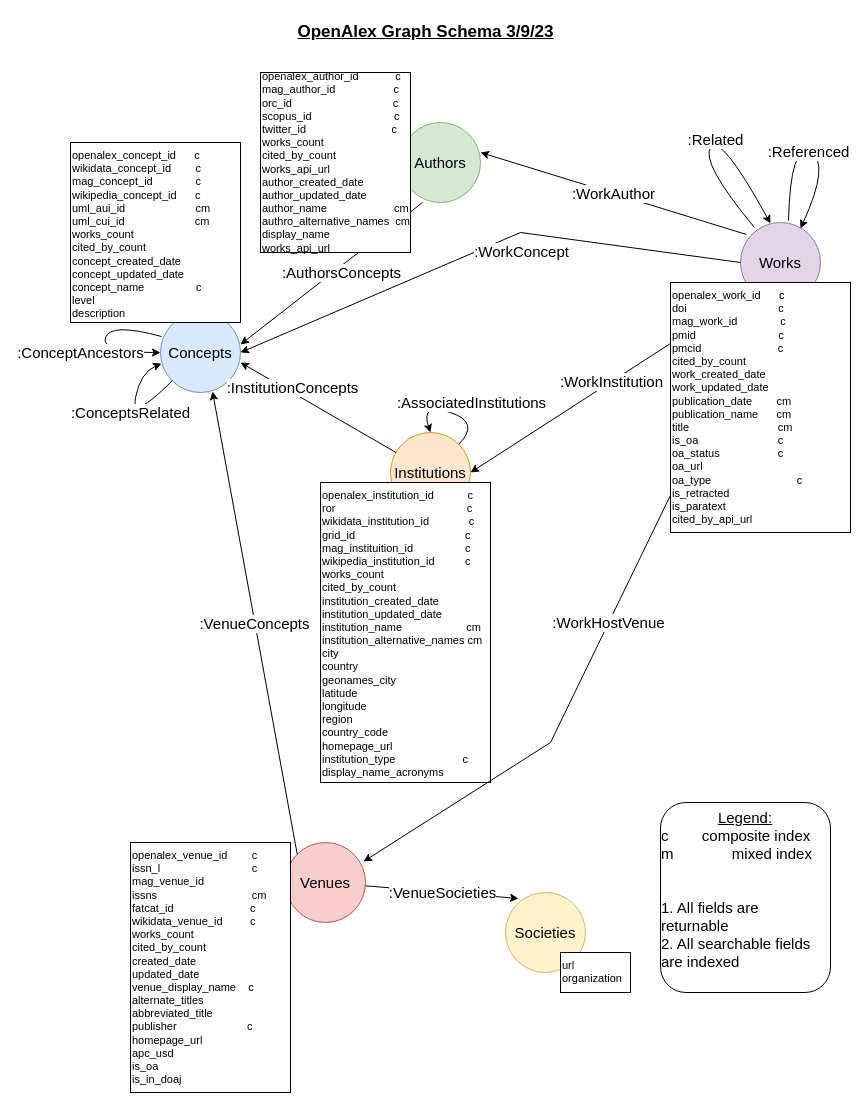
Earlier version of the draw.io diagram openalexParse2022/diagram.drawio (iuni-cadre/DataPipelineAndProvenanceForCADRE). Source tidied: cells renumbered, new cells numbered last; positions are measured from the earlier drawing's top-left corner, leaving out a move shared by most shapes. Both pictures are drawn from the tidied source at 100%, with x=0, y=0 at pixel (70, 17).
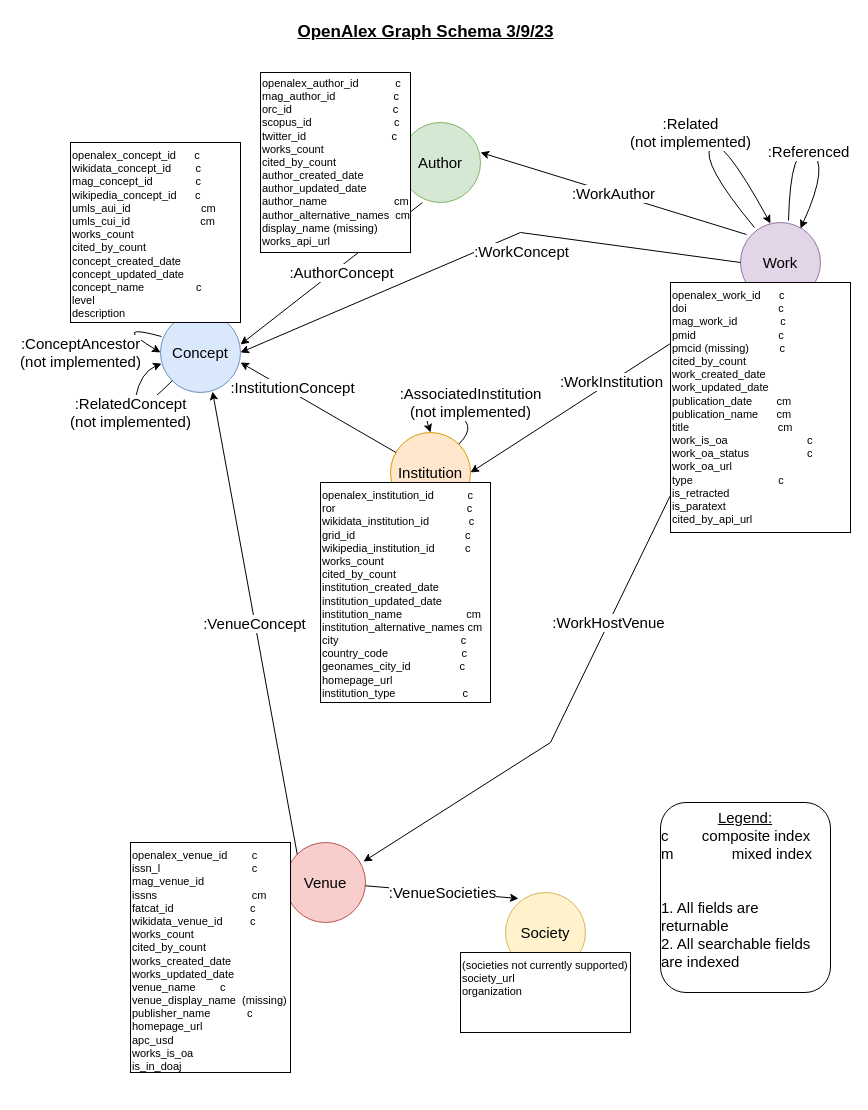
The same diagram, later.

Commit message (it also covers changes not shown here):
Updated OpenAlex schema diagram

The edit, as a diff of the source:
```diff
@@
-    <mxCell id="2" value="Authors" style="ellipse;whiteSpace=wrap;html=1;fontSize=15;fillColor=#d5e8d4;strokeColor=#82b366;" parent="1" vertex="1">
+    <mxCell id="2" value="Author" style="ellipse;whiteSpace=wrap;html=1;fontSize=15;fillColor=#d5e8d4;strokeColor=#82b366;" parent="1" vertex="1">
       <mxGeometry x="330" y="105" width="80" height="80" as="geometry" />
     </mxCell>
-    <mxCell id="3" value="Works" style="ellipse;whiteSpace=wrap;html=1;fontSize=15;fillColor=#e1d5e7;strokeColor=#9673a6;" parent="1" vertex="1">
+    <mxCell id="3" value="Work" style="ellipse;whiteSpace=wrap;html=1;fontSize=15;fillColor=#e1d5e7;strokeColor=#9673a6;" parent="1" vertex="1">
       <mxGeometry x="670" y="205" width="80" height="80" as="geometry" />
     </mxCell>
-    <mxCell id="4" value="Concepts" style="ellipse;whiteSpace=wrap;html=1;fontSize=15;fillColor=#dae8fc;strokeColor=#6c8ebf;" parent="1" vertex="1">
+    <mxCell id="4" value="Concept" style="ellipse;whiteSpace=wrap;html=1;fontSize=15;fillColor=#dae8fc;strokeColor=#6c8ebf;" parent="1" vertex="1">
       <mxGeometry x="90" y="295" width="80" height="80" as="geometry" />
     </mxCell>
-    <mxCell id="5" value="Venues" style="ellipse;whiteSpace=wrap;html=1;fontSize=15;fillColor=#f8cecc;strokeColor=#b85450;" parent="1" vertex="1">
+    <mxCell id="5" value="Venue" style="ellipse;whiteSpace=wrap;html=1;fontSize=15;fillColor=#f8cecc;strokeColor=#b85450;" parent="1" vertex="1">
       <mxGeometry x="215" y="825" width="80" height="80" as="geometry" />
     </mxCell>
-    <mxCell id="6" value="Institutions" style="ellipse;whiteSpace=wrap;html=1;fontSize=15;fillColor=#ffe6cc;strokeColor=#d79b00;" parent="1" vertex="1">
+    <mxCell id="6" value="Institution" style="ellipse;whiteSpace=wrap;html=1;fontSize=15;fillColor=#ffe6cc;strokeColor=#d79b00;" parent="1" vertex="1">
       <mxGeometry x="320" y="415" width="80" height="80" as="geometry" />
     </mxCell>
-    <mxCell id="7" value=":AuthorsConcepts" style="endArrow=classic;html=1;rounded=0;fontSize=15;exitX=0.275;exitY=1;exitDx=0;exitDy=0;exitPerimeter=0;entryX=1;entryY=0.4;entryDx=0;entryDy=0;entryPerimeter=0;" parent="1" edge="1" source="2" target="4">
+    <mxCell id="7" value=":AuthorConcept" style="endArrow=classic;html=1;rounded=0;fontSize=15;exitX=0.275;exitY=1;exitDx=0;exitDy=0;exitPerimeter=0;entryX=1;entryY=0.4;entryDx=0;entryDy=0;entryPerimeter=0;" parent="1" edge="1" source="2" target="4">
       <mxGeometry x="-0.07" y="5" relative="1" as="geometry" />
     </mxCell>
-    <mxCell id="8" value=":InstitutionConcepts" style="endArrow=classic;html=1;rounded=0;fontSize=15;entryX=1;entryY=0.625;entryDx=0;entryDy=0;entryPerimeter=0;" parent="1" edge="1" source="6" target="4">
+    <mxCell id="8" value=":InstitutionConcept" style="endArrow=classic;html=1;rounded=0;fontSize=15;entryX=1;entryY=0.625;entryDx=0;entryDy=0;entryPerimeter=0;" parent="1" edge="1" source="6" target="4">
       <mxGeometry x="0.36" y="-4" relative="1" as="geometry" />
     </mxCell>
-    <mxCell id="9" value=":ConceptAncestors" style="curved=1;endArrow=classic;html=1;rounded=0;fontSize=15;entryX=0;entryY=0.5;entryDx=0;entryDy=0;exitX=0.013;exitY=0.3;exitDx=0;exitDy=0;exitPerimeter=0;" parent="1" edge="1" source="4" target="4">
-      <mxGeometry x="0.17" y="-20" relative="1" as="geometry">
+    <mxCell id="9" value=":ConceptAncestor&lt;br&gt;(not implemented)" style="curved=1;endArrow=classic;html=1;rounded=0;fontSize=15;entryX=0;entryY=0.5;entryDx=0;entryDy=0;exitX=0.013;exitY=0.3;exitDx=0;exitDy=0;exitPerimeter=0;" parent="1" edge="1" source="4" target="4">
+      <mxGeometry x="-0.05" y="-42" relative="1" as="geometry">
         <Array as="points">
           <mxPoint x="40" y="305" />
-          <mxPoint x="30" y="335" />
         </Array>
-        <mxPoint x="-20" y="-20" as="offset" />
+        <mxPoint x="-8" y="-6" as="offset" />
       </mxGeometry>
     </mxCell>
-    <mxCell id="10" value=":ConceptsRelated" style="curved=1;endArrow=classic;html=1;rounded=0;fontSize=15;exitX=0;exitY=1;exitDx=0;exitDy=0;entryX=0.013;entryY=0.638;entryDx=0;entryDy=0;entryPerimeter=0;" parent="1" edge="1" source="4" target="4">
+    <mxCell id="10" value=":RelatedConcept&lt;br&gt;(not implemented)" style="curved=1;endArrow=classic;html=1;rounded=0;fontSize=15;exitX=0;exitY=1;exitDx=0;exitDy=0;entryX=0.013;entryY=0.638;entryDx=0;entryDy=0;entryPerimeter=0;" parent="1" edge="1" source="4" target="4">
       <mxGeometry x="0.04" y="2" relative="1" as="geometry">
         <Array as="points">
           <mxPoint x="60" y="405" />
           <mxPoint x="70" y="355" />
         </Array>
       </mxGeometry>
     </mxCell>
-    <mxCell id="11" value=":AssociatedInstitutions" style="curved=1;endArrow=classic;html=1;rounded=0;fontSize=15;entryX=0.5;entryY=0;entryDx=0;entryDy=0;exitX=1;exitY=0;exitDx=0;exitDy=0;" parent="1" edge="1" source="6" target="6">
-      <mxGeometry x="-0.26" y="-16" relative="1" as="geometry">
+    <mxCell id="11" value=":AssociatedInstitution&lt;br&gt;(not implemented)" style="curved=1;endArrow=classic;html=1;rounded=0;fontSize=15;entryX=0.5;entryY=0;entryDx=0;entryDy=0;exitX=1;exitY=0;exitDx=0;exitDy=0;" parent="1" edge="1" source="6" target="6">
+      <mxGeometry x="-0.25" y="-16" relative="1" as="geometry">
         <Array as="points">
           <mxPoint x="410" y="405" />
           <mxPoint x="350" y="385" />
         </Array>
       </mxGeometry>
     </mxCell>
-    <mxCell id="12" value="Societies" style="ellipse;whiteSpace=wrap;html=1;fontSize=15;fillColor=#fff2cc;strokeColor=#d6b656;" parent="1" vertex="1">
+    <mxCell id="12" value="Society" style="ellipse;whiteSpace=wrap;html=1;fontSize=15;fillColor=#fff2cc;strokeColor=#d6b656;" parent="1" vertex="1">
       <mxGeometry x="435" y="875" width="80" height="80" as="geometry" />
     </mxCell>
-    <mxCell id="13" value=":VenueConcepts" style="endArrow=classic;html=1;rounded=0;fontSize=15;exitX=0;exitY=0;exitDx=0;exitDy=0;entryX=0.65;entryY=0.988;entryDx=0;entryDy=0;entryPerimeter=0;" parent="1" edge="1" source="5" target="4">
+    <mxCell id="13" value=":VenueConcept" style="endArrow=classic;html=1;rounded=0;fontSize=15;exitX=0;exitY=0;exitDx=0;exitDy=0;entryX=0.65;entryY=0.988;entryDx=0;entryDy=0;entryPerimeter=0;" parent="1" edge="1" source="5" target="4">
       <mxGeometry relative="1" as="geometry" />
     </mxCell>
@@
-    <mxCell id="17" value="openalex_author_id &amp;nbsp; &amp;nbsp; &amp;nbsp; &amp;nbsp; &amp;nbsp; &amp;nbsp;c&lt;br&gt;mag_author_id &amp;nbsp; &amp;nbsp; &amp;nbsp; &amp;nbsp; &amp;nbsp; &amp;nbsp; &amp;nbsp; &amp;nbsp; &amp;nbsp; c&lt;br&gt;orc_id &amp;nbsp; &amp;nbsp; &amp;nbsp; &amp;nbsp; &amp;nbsp; &amp;nbsp; &amp;nbsp; &amp;nbsp; &amp;nbsp; &amp;nbsp; &amp;nbsp; &amp;nbsp; &amp;nbsp; &amp;nbsp; &amp;nbsp; &amp;nbsp; c&lt;br&gt;scopus_id &amp;nbsp; &amp;nbsp; &amp;nbsp; &amp;nbsp; &amp;nbsp; &amp;nbsp; &amp;nbsp; &amp;nbsp; &amp;nbsp; &amp;nbsp; &amp;nbsp; &amp;nbsp; &amp;nbsp; c&amp;nbsp;&lt;br&gt;twitter_id &amp;nbsp; &amp;nbsp; &amp;nbsp; &amp;nbsp; &amp;nbsp; &amp;nbsp; &amp;nbsp; &amp;nbsp; &amp;nbsp; &amp;nbsp; &amp;nbsp; &amp;nbsp; &amp;nbsp; &amp;nbsp;c&lt;br&gt;works_count&lt;br&gt;cited_by_count&lt;br&gt;works_api_url&lt;br&gt;author_created_date&lt;br&gt;author_updated_date&lt;br&gt;author_name &amp;nbsp; &amp;nbsp; &amp;nbsp; &amp;nbsp; &amp;nbsp; &amp;nbsp; &amp;nbsp; &amp;nbsp; &amp;nbsp; &amp;nbsp; &amp;nbsp;cm&lt;br&gt;authro_alternative_names &amp;nbsp;cm&lt;br&gt;display_name&lt;br&gt;works_api_url" style="whiteSpace=wrap;html=1;fontSize=11;align=left;verticalAlign=middle;labelPosition=center;verticalLabelPosition=middle;" parent="1" vertex="1">
+    <mxCell id="17" value="openalex_author_id &amp;nbsp; &amp;nbsp; &amp;nbsp; &amp;nbsp; &amp;nbsp; &amp;nbsp;c&lt;br&gt;mag_author_id &amp;nbsp; &amp;nbsp; &amp;nbsp; &amp;nbsp; &amp;nbsp; &amp;nbsp; &amp;nbsp; &amp;nbsp; &amp;nbsp; c&lt;br&gt;orc_id &amp;nbsp; &amp;nbsp; &amp;nbsp; &amp;nbsp; &amp;nbsp; &amp;nbsp; &amp;nbsp; &amp;nbsp; &amp;nbsp; &amp;nbsp; &amp;nbsp; &amp;nbsp; &amp;nbsp; &amp;nbsp; &amp;nbsp; &amp;nbsp; c&lt;br&gt;scopus_id &amp;nbsp; &amp;nbsp; &amp;nbsp; &amp;nbsp; &amp;nbsp; &amp;nbsp; &amp;nbsp; &amp;nbsp; &amp;nbsp; &amp;nbsp; &amp;nbsp; &amp;nbsp; &amp;nbsp; c&amp;nbsp;&lt;br&gt;twitter_id &amp;nbsp; &amp;nbsp; &amp;nbsp; &amp;nbsp; &amp;nbsp; &amp;nbsp; &amp;nbsp; &amp;nbsp; &amp;nbsp; &amp;nbsp; &amp;nbsp; &amp;nbsp; &amp;nbsp; &amp;nbsp;c&lt;br&gt;works_count&lt;br&gt;cited_by_count&lt;br&gt;author_created_date&lt;br&gt;author_updated_date&lt;br&gt;author_name &amp;nbsp; &amp;nbsp; &amp;nbsp; &amp;nbsp; &amp;nbsp; &amp;nbsp; &amp;nbsp; &amp;nbsp; &amp;nbsp; &amp;nbsp; &amp;nbsp;cm&lt;br&gt;author_alternative_names &amp;nbsp;cm&lt;br&gt;display_name (missing)&lt;br&gt;works_api_url" style="whiteSpace=wrap;html=1;fontSize=11;align=left;verticalAlign=middle;labelPosition=center;verticalLabelPosition=middle;" parent="1" vertex="1">
       <mxGeometry x="190" y="55" width="150" height="180" as="geometry" />
     </mxCell>
-    <mxCell id="18" value="openalex_concept_id &amp;nbsp; &amp;nbsp; &amp;nbsp;c&lt;br&gt;wikidata_concept_id &amp;nbsp; &amp;nbsp; &amp;nbsp; &amp;nbsp;c&lt;br&gt;mag_concept_id &amp;nbsp; &amp;nbsp; &amp;nbsp; &amp;nbsp; &amp;nbsp; &amp;nbsp; &amp;nbsp;c&lt;br&gt;wikipedia_concept_id &amp;nbsp; &amp;nbsp; &amp;nbsp;c&lt;br&gt;uml_aui_id &amp;nbsp; &amp;nbsp; &amp;nbsp; &amp;nbsp; &amp;nbsp; &amp;nbsp; &amp;nbsp; &amp;nbsp; &amp;nbsp; &amp;nbsp; &amp;nbsp; cm&lt;br&gt;uml_cui_id &amp;nbsp; &amp;nbsp; &amp;nbsp; &amp;nbsp; &amp;nbsp; &amp;nbsp; &amp;nbsp; &amp;nbsp; &amp;nbsp; &amp;nbsp; &amp;nbsp; cm&lt;br&gt;works_count&lt;br&gt;cited_by_count&lt;br&gt;concept_created_date&lt;br&gt;concept_updated_date&lt;br&gt;concept_name &amp;nbsp; &amp;nbsp; &amp;nbsp; &amp;nbsp; &amp;nbsp; &amp;nbsp; &amp;nbsp; &amp;nbsp; c&lt;br&gt;level&lt;br&gt;description" style="whiteSpace=wrap;html=1;fontSize=11;align=left;verticalAlign=top;" parent="1" vertex="1">
+    <mxCell id="18" value="openalex_concept_id &amp;nbsp; &amp;nbsp; &amp;nbsp;c&lt;br&gt;wikidata_concept_id &amp;nbsp; &amp;nbsp; &amp;nbsp; &amp;nbsp;c&lt;br&gt;mag_concept_id &amp;nbsp; &amp;nbsp; &amp;nbsp; &amp;nbsp; &amp;nbsp; &amp;nbsp; &amp;nbsp;c&lt;br&gt;wikipedia_concept_id &amp;nbsp; &amp;nbsp; &amp;nbsp;c&lt;br&gt;umls_aui_id &amp;nbsp; &amp;nbsp; &amp;nbsp; &amp;nbsp; &amp;nbsp; &amp;nbsp; &amp;nbsp; &amp;nbsp; &amp;nbsp; &amp;nbsp; &amp;nbsp; cm&lt;br&gt;umls_cui_id &amp;nbsp; &amp;nbsp; &amp;nbsp; &amp;nbsp; &amp;nbsp; &amp;nbsp; &amp;nbsp; &amp;nbsp; &amp;nbsp; &amp;nbsp; &amp;nbsp; cm&lt;br&gt;works_count&lt;br&gt;cited_by_count&lt;br&gt;concept_created_date&lt;br&gt;concept_updated_date&lt;br&gt;concept_name &amp;nbsp; &amp;nbsp; &amp;nbsp; &amp;nbsp; &amp;nbsp; &amp;nbsp; &amp;nbsp; &amp;nbsp; c&lt;br&gt;level&lt;br&gt;description" style="whiteSpace=wrap;html=1;fontSize=11;align=left;verticalAlign=top;" parent="1" vertex="1">
       <mxGeometry y="125" width="170" height="180" as="geometry" />
     </mxCell>
-    <mxCell id="19" value="openalex_institution_id &amp;nbsp; &amp;nbsp; &amp;nbsp; &amp;nbsp; &amp;nbsp; c&lt;br&gt;ror &amp;nbsp; &amp;nbsp; &amp;nbsp; &amp;nbsp; &amp;nbsp; &amp;nbsp; &amp;nbsp; &amp;nbsp; &amp;nbsp; &amp;nbsp; &amp;nbsp; &amp;nbsp; &amp;nbsp; &amp;nbsp; &amp;nbsp; &amp;nbsp; &amp;nbsp; &amp;nbsp; &amp;nbsp; &amp;nbsp; &amp;nbsp; c&lt;br&gt;wikidata_institution_id &amp;nbsp; &amp;nbsp; &amp;nbsp; &amp;nbsp; &amp;nbsp; &amp;nbsp; c&lt;br&gt;grid_id &amp;nbsp; &amp;nbsp; &amp;nbsp; &amp;nbsp; &amp;nbsp; &amp;nbsp; &amp;nbsp; &amp;nbsp; &amp;nbsp; &amp;nbsp; &amp;nbsp; &amp;nbsp; &amp;nbsp; &amp;nbsp; &amp;nbsp; &amp;nbsp; &amp;nbsp; &amp;nbsp;c&lt;br&gt;mag_instituition_id &amp;nbsp; &amp;nbsp; &amp;nbsp; &amp;nbsp; &amp;nbsp; &amp;nbsp; &amp;nbsp; &amp;nbsp; c&lt;br&gt;wikipedia_institution_id &amp;nbsp; &amp;nbsp; &amp;nbsp; &amp;nbsp; &amp;nbsp;c&lt;br&gt;works_count&lt;br&gt;cited_by_count&lt;br&gt;institution_created_date&lt;br&gt;institution_updated_date&lt;br&gt;institution_name &amp;nbsp; &amp;nbsp; &amp;nbsp; &amp;nbsp; &amp;nbsp; &amp;nbsp; &amp;nbsp; &amp;nbsp; &amp;nbsp; &amp;nbsp; cm&lt;br&gt;institution_alternative_names cm&lt;br&gt;city&lt;br&gt;country&lt;br&gt;geonames_city&lt;br&gt;latitude&lt;br&gt;longitude&lt;br&gt;region&lt;br&gt;country_code&lt;br&gt;homepage_url&lt;br&gt;institution_type &amp;nbsp; &amp;nbsp; &amp;nbsp; &amp;nbsp; &amp;nbsp; &amp;nbsp; &amp;nbsp; &amp;nbsp; &amp;nbsp; &amp;nbsp; &amp;nbsp;c&lt;br&gt;display_name_acronyms" style="whiteSpace=wrap;html=1;fontSize=11;align=left;verticalAlign=top;" parent="1" vertex="1">
-      <mxGeometry x="250" y="465" width="170" height="300" as="geometry" />
+    <mxCell id="19" value="openalex_institution_id &amp;nbsp; &amp;nbsp; &amp;nbsp; &amp;nbsp; &amp;nbsp; c&lt;br&gt;ror &amp;nbsp; &amp;nbsp; &amp;nbsp; &amp;nbsp; &amp;nbsp; &amp;nbsp; &amp;nbsp; &amp;nbsp; &amp;nbsp; &amp;nbsp; &amp;nbsp; &amp;nbsp; &amp;nbsp; &amp;nbsp; &amp;nbsp; &amp;nbsp; &amp;nbsp; &amp;nbsp; &amp;nbsp; &amp;nbsp; &amp;nbsp; c&lt;br&gt;wikidata_institution_id &amp;nbsp; &amp;nbsp; &amp;nbsp; &amp;nbsp; &amp;nbsp; &amp;nbsp; c&lt;br&gt;grid_id &amp;nbsp; &amp;nbsp; &amp;nbsp; &amp;nbsp; &amp;nbsp; &amp;nbsp; &amp;nbsp; &amp;nbsp; &amp;nbsp; &amp;nbsp; &amp;nbsp; &amp;nbsp; &amp;nbsp; &amp;nbsp; &amp;nbsp; &amp;nbsp; &amp;nbsp; &amp;nbsp;c&lt;br&gt;wikipedia_institution_id &amp;nbsp; &amp;nbsp; &amp;nbsp; &amp;nbsp; &amp;nbsp;c&lt;br&gt;works_count&lt;br&gt;cited_by_count&lt;br&gt;institution_created_date&lt;br&gt;institution_updated_date&lt;br&gt;institution_name &amp;nbsp; &amp;nbsp; &amp;nbsp; &amp;nbsp; &amp;nbsp; &amp;nbsp; &amp;nbsp; &amp;nbsp; &amp;nbsp; &amp;nbsp; cm&lt;br&gt;institution_alternative_names cm&lt;br&gt;city &amp;nbsp; &amp;nbsp; &amp;nbsp; &amp;nbsp; &amp;nbsp; &amp;nbsp; &amp;nbsp; &amp;nbsp; &amp;nbsp; &amp;nbsp; &amp;nbsp; &amp;nbsp; &amp;nbsp; &amp;nbsp; &amp;nbsp; &amp;nbsp; &amp;nbsp; &amp;nbsp; &amp;nbsp; &amp;nbsp;c&lt;br&gt;country_code &amp;nbsp; &amp;nbsp; &amp;nbsp; &amp;nbsp; &amp;nbsp; &amp;nbsp; &amp;nbsp; &amp;nbsp; &amp;nbsp; &amp;nbsp; &amp;nbsp; &amp;nbsp;c&lt;br&gt;geonames_city_id &amp;nbsp; &amp;nbsp; &amp;nbsp; &amp;nbsp; &amp;nbsp; &amp;nbsp; &amp;nbsp; &amp;nbsp;c&lt;br&gt;homepage_url&lt;br&gt;institution_type &amp;nbsp; &amp;nbsp; &amp;nbsp; &amp;nbsp; &amp;nbsp; &amp;nbsp; &amp;nbsp; &amp;nbsp; &amp;nbsp; &amp;nbsp; &amp;nbsp;c" style="whiteSpace=wrap;html=1;fontSize=11;align=left;verticalAlign=top;" parent="1" vertex="1">
+      <mxGeometry x="250" y="465" width="170" height="220" as="geometry" />
     </mxCell>
@@
-    <mxCell id="22" value=":Related" style="curved=1;endArrow=classic;html=1;rounded=0;fontSize=15;exitX=0.175;exitY=0.063;exitDx=0;exitDy=0;exitPerimeter=0;entryX=0.375;entryY=0.013;entryDx=0;entryDy=0;entryPerimeter=0;" parent="1" edge="1" source="3" target="3">
-      <mxGeometry relative="1" as="geometry">
+    <mxCell id="22" value=":Related&lt;br&gt;(not implemented)" style="curved=1;endArrow=classic;html=1;rounded=0;fontSize=15;exitX=0.175;exitY=0.063;exitDx=0;exitDy=0;exitPerimeter=0;entryX=0.375;entryY=0.013;entryDx=0;entryDy=0;entryPerimeter=0;" parent="1" edge="1" source="3" target="3">
+      <mxGeometry x="-0.07" y="25" relative="1" as="geometry">
         <Array as="points">
           <mxPoint x="630" y="145" />
           <mxPoint x="650" y="115" />
         </Array>
       </mxGeometry>
     </mxCell>
@@
-    <mxCell id="24" value="openalex_work_id &amp;nbsp; &amp;nbsp; &amp;nbsp;c&lt;br&gt;doi &amp;nbsp; &amp;nbsp; &amp;nbsp; &amp;nbsp; &amp;nbsp; &amp;nbsp; &amp;nbsp; &amp;nbsp; &amp;nbsp; &amp;nbsp; &amp;nbsp; &amp;nbsp; &amp;nbsp; &amp;nbsp; &amp;nbsp;c&lt;br&gt;mag_work_id &amp;nbsp; &amp;nbsp; &amp;nbsp; &amp;nbsp; &amp;nbsp; &amp;nbsp; &amp;nbsp;c&lt;br&gt;pmid &amp;nbsp; &amp;nbsp; &amp;nbsp; &amp;nbsp; &amp;nbsp; &amp;nbsp; &amp;nbsp; &amp;nbsp; &amp;nbsp; &amp;nbsp; &amp;nbsp; &amp;nbsp; &amp;nbsp; c&lt;br&gt;pmcid &amp;nbsp; &amp;nbsp; &amp;nbsp; &amp;nbsp; &amp;nbsp; &amp;nbsp; &amp;nbsp; &amp;nbsp; &amp;nbsp; &amp;nbsp; &amp;nbsp; &amp;nbsp; c&lt;br&gt;cited_by_count&lt;br&gt;work_created_date&lt;br&gt;work_updated_date&lt;br&gt;publication_date &amp;nbsp; &amp;nbsp; &amp;nbsp; &amp;nbsp;cm&lt;br&gt;publication_name &amp;nbsp; &amp;nbsp; &amp;nbsp;cm&lt;br&gt;title &amp;nbsp; &amp;nbsp; &amp;nbsp; &amp;nbsp; &amp;nbsp; &amp;nbsp; &amp;nbsp; &amp;nbsp; &amp;nbsp; &amp;nbsp; &amp;nbsp; &amp;nbsp; &amp;nbsp; &amp;nbsp; cm&lt;br&gt;is_oa &amp;nbsp; &amp;nbsp; &amp;nbsp; &amp;nbsp; &amp;nbsp; &amp;nbsp; &amp;nbsp; &amp;nbsp; &amp;nbsp; &amp;nbsp; &amp;nbsp; &amp;nbsp; &amp;nbsp;c&lt;br&gt;oa_status &amp;nbsp; &amp;nbsp; &amp;nbsp; &amp;nbsp; &amp;nbsp; &amp;nbsp; &amp;nbsp; &amp;nbsp; &amp;nbsp; c&lt;br&gt;oa_url &amp;nbsp; &amp;nbsp; &amp;nbsp; &amp;nbsp; &amp;nbsp; &amp;nbsp; &amp;nbsp; &amp;nbsp; &amp;nbsp; &amp;nbsp; &amp;nbsp; &amp;nbsp;&lt;br&gt;oa_type &amp;nbsp; &amp;nbsp; &amp;nbsp; &amp;nbsp; &amp;nbsp; &amp;nbsp; &amp;nbsp; &amp;nbsp; &amp;nbsp; &amp;nbsp; &amp;nbsp; &amp;nbsp; &amp;nbsp; &amp;nbsp;c&lt;br&gt;is_retracted&lt;br&gt;is_paratext&lt;br&gt;cited_by_api_url" style="whiteSpace=wrap;html=1;fontSize=11;align=left;verticalAlign=top;" parent="1" vertex="1">
+    <mxCell id="24" value="openalex_work_id &amp;nbsp; &amp;nbsp; &amp;nbsp;c&lt;br&gt;doi &amp;nbsp; &amp;nbsp; &amp;nbsp; &amp;nbsp; &amp;nbsp; &amp;nbsp; &amp;nbsp; &amp;nbsp; &amp;nbsp; &amp;nbsp; &amp;nbsp; &amp;nbsp; &amp;nbsp; &amp;nbsp; &amp;nbsp;c&lt;br&gt;mag_work_id &amp;nbsp; &amp;nbsp; &amp;nbsp; &amp;nbsp; &amp;nbsp; &amp;nbsp; &amp;nbsp;c&lt;br&gt;pmid &amp;nbsp; &amp;nbsp; &amp;nbsp; &amp;nbsp; &amp;nbsp; &amp;nbsp; &amp;nbsp; &amp;nbsp; &amp;nbsp; &amp;nbsp; &amp;nbsp; &amp;nbsp; &amp;nbsp; c&lt;br&gt;pmcid (missing) &amp;nbsp; &amp;nbsp; &amp;nbsp; &amp;nbsp; &amp;nbsp;c&lt;br&gt;cited_by_count&lt;br&gt;work_created_date&lt;br&gt;work_updated_date&lt;br&gt;publication_date &amp;nbsp; &amp;nbsp; &amp;nbsp; &amp;nbsp;cm&lt;br&gt;publication_name &amp;nbsp; &amp;nbsp; &amp;nbsp;cm&lt;br&gt;title &amp;nbsp; &amp;nbsp; &amp;nbsp; &amp;nbsp; &amp;nbsp; &amp;nbsp; &amp;nbsp; &amp;nbsp; &amp;nbsp; &amp;nbsp; &amp;nbsp; &amp;nbsp; &amp;nbsp; &amp;nbsp; cm&lt;br&gt;work_is_oa &amp;nbsp; &amp;nbsp; &amp;nbsp; &amp;nbsp; &amp;nbsp; &amp;nbsp; &amp;nbsp; &amp;nbsp; &amp;nbsp; &amp;nbsp; &amp;nbsp; &amp;nbsp; &amp;nbsp;c&lt;br&gt;work_oa_status &amp;nbsp; &amp;nbsp; &amp;nbsp; &amp;nbsp; &amp;nbsp; &amp;nbsp; &amp;nbsp; &amp;nbsp; &amp;nbsp; c&lt;br&gt;work_oa_url &amp;nbsp; &amp;nbsp; &amp;nbsp; &amp;nbsp; &amp;nbsp; &amp;nbsp; &amp;nbsp; &amp;nbsp; &amp;nbsp; &amp;nbsp; &amp;nbsp; &amp;nbsp;&lt;br&gt;type &amp;nbsp; &amp;nbsp; &amp;nbsp; &amp;nbsp; &amp;nbsp; &amp;nbsp; &amp;nbsp; &amp;nbsp; &amp;nbsp; &amp;nbsp; &amp;nbsp; &amp;nbsp; &amp;nbsp; &amp;nbsp;c&lt;br&gt;is_retracted&lt;br&gt;is_paratext&lt;br&gt;cited_by_api_url" style="whiteSpace=wrap;html=1;fontSize=11;align=left;verticalAlign=top;" parent="1" vertex="1">
       <mxGeometry x="600" y="265" width="180" height="250" as="geometry" />
     </mxCell>
-    <mxCell id="25" value="openalex_venue_id &amp;nbsp; &amp;nbsp; &amp;nbsp; &amp;nbsp;c&lt;br&gt;issn_l &amp;nbsp; &amp;nbsp; &amp;nbsp; &amp;nbsp; &amp;nbsp; &amp;nbsp; &amp;nbsp; &amp;nbsp; &amp;nbsp; &amp;nbsp; &amp;nbsp; &amp;nbsp; &amp;nbsp; &amp;nbsp; &amp;nbsp;c&lt;br&gt;mag_venue_id&lt;br&gt;issns &amp;nbsp; &amp;nbsp; &amp;nbsp; &amp;nbsp; &amp;nbsp; &amp;nbsp; &amp;nbsp; &amp;nbsp; &amp;nbsp; &amp;nbsp; &amp;nbsp; &amp;nbsp; &amp;nbsp; &amp;nbsp; &amp;nbsp; cm&lt;br&gt;fatcat_id &amp;nbsp; &amp;nbsp; &amp;nbsp; &amp;nbsp; &amp;nbsp; &amp;nbsp; &amp;nbsp; &amp;nbsp; &amp;nbsp; &amp;nbsp; &amp;nbsp; &amp;nbsp; c&lt;br&gt;wikidata_venue_id &amp;nbsp; &amp;nbsp; &amp;nbsp; &amp;nbsp; c&lt;br&gt;works_count&lt;br&gt;cited_by_count&lt;br&gt;created_date&lt;br&gt;updated_date&lt;br&gt;venue_display_name &amp;nbsp; &amp;nbsp;c&lt;br&gt;alternate_titles&lt;br&gt;abbreviated_title&lt;br&gt;publisher &amp;nbsp; &amp;nbsp; &amp;nbsp; &amp;nbsp; &amp;nbsp; &amp;nbsp; &amp;nbsp; &amp;nbsp; &amp;nbsp; &amp;nbsp; &amp;nbsp; c&lt;br&gt;homepage_url&lt;br&gt;apc_usd&lt;br&gt;is_oa&lt;br&gt;is_in_doaj" style="whiteSpace=wrap;html=1;fontSize=11;align=left;verticalAlign=top;" parent="1" vertex="1">
-      <mxGeometry x="60" y="825" width="160" height="250" as="geometry" />
+    <mxCell id="25" value="openalex_venue_id &amp;nbsp; &amp;nbsp; &amp;nbsp; &amp;nbsp;c&lt;br&gt;issn_l &amp;nbsp; &amp;nbsp; &amp;nbsp; &amp;nbsp; &amp;nbsp; &amp;nbsp; &amp;nbsp; &amp;nbsp; &amp;nbsp; &amp;nbsp; &amp;nbsp; &amp;nbsp; &amp;nbsp; &amp;nbsp; &amp;nbsp;c&lt;br&gt;mag_venue_id&lt;br&gt;issns &amp;nbsp; &amp;nbsp; &amp;nbsp; &amp;nbsp; &amp;nbsp; &amp;nbsp; &amp;nbsp; &amp;nbsp; &amp;nbsp; &amp;nbsp; &amp;nbsp; &amp;nbsp; &amp;nbsp; &amp;nbsp; &amp;nbsp; cm&lt;br&gt;fatcat_id &amp;nbsp; &amp;nbsp; &amp;nbsp; &amp;nbsp; &amp;nbsp; &amp;nbsp; &amp;nbsp; &amp;nbsp; &amp;nbsp; &amp;nbsp; &amp;nbsp; &amp;nbsp; c&lt;br&gt;wikidata_venue_id &amp;nbsp; &amp;nbsp; &amp;nbsp; &amp;nbsp; c&lt;br&gt;works_count&lt;br&gt;cited_by_count&lt;br&gt;works_created_date&lt;br&gt;works_updated_date&lt;br&gt;venue_name&lt;span style=&quot;white-space: pre;&quot;&gt; &lt;span style=&quot;white-space: pre;&quot;&gt;       c&lt;/span&gt;&lt;/span&gt;&lt;br&gt;venue_display_name &amp;nbsp;(missing)&lt;br&gt;publisher_name &amp;nbsp; &amp;nbsp; &amp;nbsp; &amp;nbsp; &amp;nbsp; &amp;nbsp;c&lt;br&gt;homepage_url&lt;br&gt;apc_usd&lt;br&gt;works_is_oa&lt;br&gt;is_in_doaj" style="whiteSpace=wrap;html=1;fontSize=11;align=left;verticalAlign=top;" parent="1" vertex="1">
+      <mxGeometry x="60" y="825" width="160" height="230" as="geometry" />
     </mxCell>
-    <mxCell id="26" value="url&lt;br&gt;organization" style="whiteSpace=wrap;html=1;fontSize=11;align=left;verticalAlign=top;" parent="1" vertex="1">
-      <mxGeometry x="490" y="935" width="70" height="40" as="geometry" />
+    <mxCell id="26" value="(societies not currently supported)&lt;br&gt;society_url&lt;br&gt;organization" style="whiteSpace=wrap;html=1;fontSize=11;align=left;verticalAlign=top;" parent="1" vertex="1">
+      <mxGeometry x="390" y="935" width="170" height="80" as="geometry" />
     </mxCell>
```
